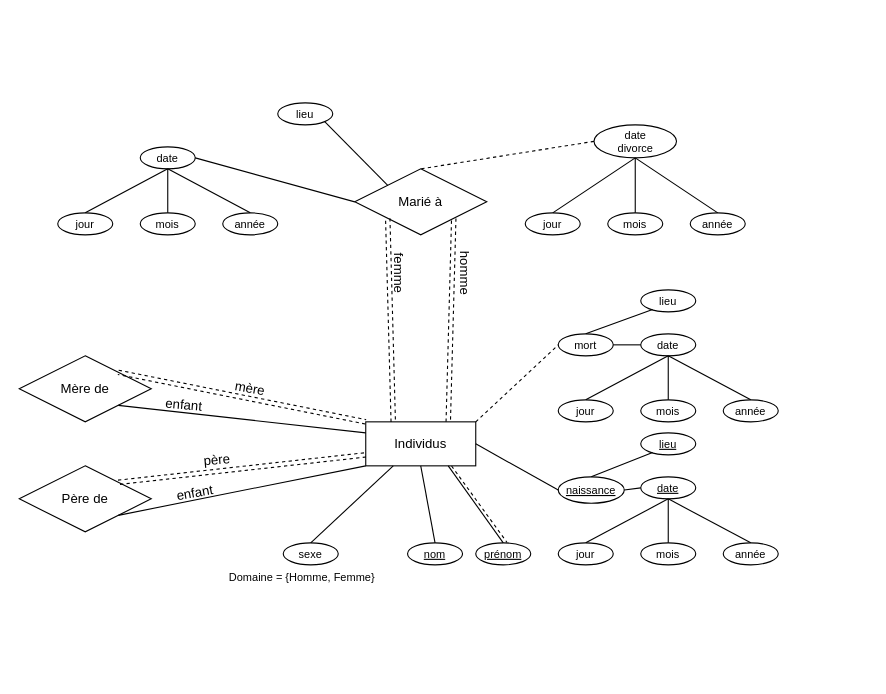
jeanclaude-desrosiers/ift2935-devoir1 keeps this draw.io diagram as page "Exercice-1" (1 of 2) of Diagramme.drawio. Above is the earlier version. Source tidied: cells renumbered, new cells numbered last; positions are measured from the earlier drawing's top-left corner, leaving out a move shared by most shapes. Both pictures are drawn from the tidied source at 110%, with x=0, y=0 at pixel (19, 102).
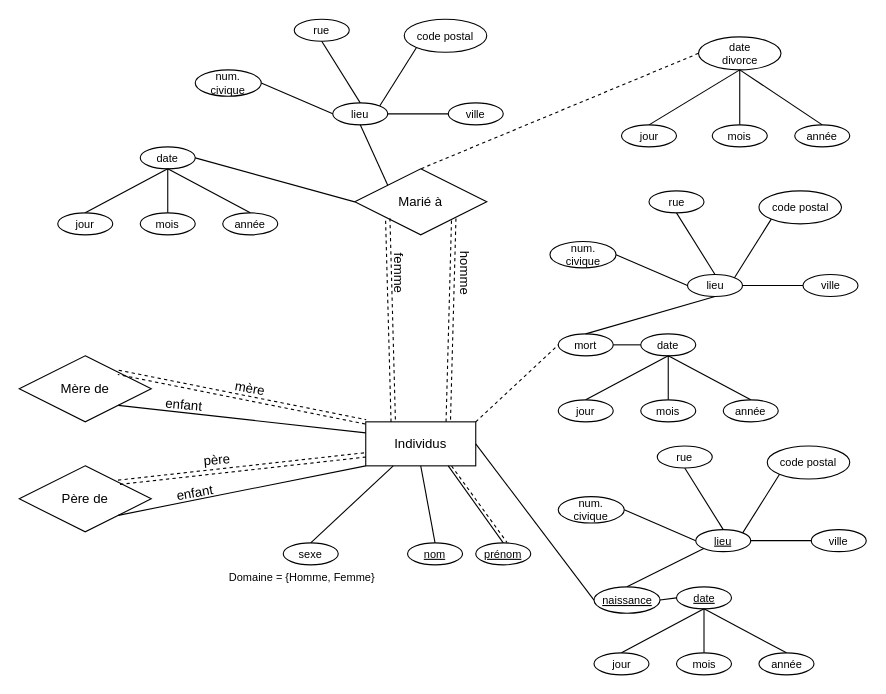
The same diagram, later.

Unchanged cells that the change refers to:
```xml
<mxCell id="13" value="Marié à" style="shape=rhombus;perimeter=rhombusPerimeter;whiteSpace=wrap;html=1;align=center;" parent="1" vertex="1">
  <mxGeometry x="305" y="60" width="120" height="60" as="geometry" />
</mxCell>
<mxCell id="31" value="&lt;div&gt;mort&lt;/div&gt;" style="ellipse;whiteSpace=wrap;html=1;align=center;fontSize=10;" parent="1" vertex="1">
  <mxGeometry x="490" y="210" width="50" height="20" as="geometry" />
</mxCell>
```

Change to the diagram source:
```diff
@@
-    <mxCell id="22" value="lieu" style="ellipse;whiteSpace=wrap;html=1;align=center;fontSize=10;" parent="1" vertex="1">
-      <mxGeometry x="235" width="50" height="20" as="geometry" />
-    </mxCell>
     <mxCell id="23" value="&lt;div&gt;date&lt;/div&gt;&lt;div&gt;divorce&lt;br&gt;&lt;/div&gt;" style="ellipse;whiteSpace=wrap;html=1;align=center;fontSize=10;" parent="1" vertex="1">
-      <mxGeometry x="522.5" y="20" width="75" height="30" as="geometry" />
+      <mxGeometry x="617.5" y="-60" width="75" height="30" as="geometry" />
     </mxCell>
@@
-    <mxCell id="25" style="endArrow=none;html=1;rounded=0;fontSize=10;entryX=0;entryY=0;entryDx=0;entryDy=0;exitX=1;exitY=1;exitDx=0;exitDy=0;" parent="1" edge="1" source="22" target="13">
-      <mxGeometry relative="1" as="geometry" />
-    </mxCell>
@@
-    <mxCell id="36" value="lieu" style="ellipse;whiteSpace=wrap;html=1;align=center;fontSize=10;" parent="1" vertex="1">
-      <mxGeometry x="565" y="170" width="50" height="20" as="geometry" />
-    </mxCell>
@@
-    <mxCell id="38" style="endArrow=none;html=1;rounded=0;fontSize=10;entryX=0.5;entryY=0;entryDx=0;entryDy=0;exitX=0.215;exitY=0.89;exitDx=0;exitDy=0;exitPerimeter=0;" parent="1" edge="1" source="36" target="31">
+    <mxCell id="38" style="endArrow=none;html=1;rounded=0;fontSize=10;entryX=0.5;entryY=0;entryDx=0;entryDy=0;exitX=0.5;exitY=1;exitDx=0;exitDy=0;" parent="1" edge="1" source="87" target="31">
       <mxGeometry relative="1" as="geometry" />
     </mxCell>
@@
     <mxCell id="42" value="naissance" style="ellipse;whiteSpace=wrap;html=1;align=center;fontSize=10;fontStyle=4;" parent="1" vertex="1">
-      <mxGeometry x="490" y="340" width="60" height="24" as="geometry" />
+      <mxGeometry x="522.5" y="440" width="60" height="24" as="geometry" />
     </mxCell>
     <mxCell id="43" value="date" style="ellipse;whiteSpace=wrap;html=1;align=center;fontSize=10;fontStyle=4;" parent="1" vertex="1">
-      <mxGeometry x="565" y="340" width="50" height="20" as="geometry" />
+      <mxGeometry x="597.5" y="440" width="50" height="20" as="geometry" />
     </mxCell>
     <mxCell id="44" value="&lt;div&gt;jour&lt;/div&gt;" style="ellipse;whiteSpace=wrap;html=1;align=center;fontSize=10;" parent="1" vertex="1">
-      <mxGeometry x="490" y="400" width="50" height="20" as="geometry" />
+      <mxGeometry x="522.5" y="500" width="50" height="20" as="geometry" />
     </mxCell>
     <mxCell id="45" value="mois" style="ellipse;whiteSpace=wrap;html=1;align=center;fontSize=10;" parent="1" vertex="1">
-      <mxGeometry x="565" y="400" width="50" height="20" as="geometry" />
+      <mxGeometry x="597.5" y="500" width="50" height="20" as="geometry" />
     </mxCell>
     <mxCell id="46" value="année" style="ellipse;whiteSpace=wrap;html=1;align=center;fontSize=10;" parent="1" vertex="1">
-      <mxGeometry x="640" y="400" width="50" height="20" as="geometry" />
+      <mxGeometry x="672.5" y="500" width="50" height="20" as="geometry" />
     </mxCell>
-    <mxCell id="47" value="lieu" style="ellipse;whiteSpace=wrap;html=1;align=center;fontSize=10;fontStyle=4;" parent="1" vertex="1">
-      <mxGeometry x="565" y="300" width="50" height="20" as="geometry" />
-    </mxCell>
@@
-    <mxCell id="49" style="endArrow=none;html=1;rounded=0;fontSize=10;entryX=0.5;entryY=0;entryDx=0;entryDy=0;exitX=0.215;exitY=0.89;exitDx=0;exitDy=0;exitPerimeter=0;" parent="1" edge="1" source="47" target="42">
-      <mxGeometry relative="1" as="geometry" />
-    </mxCell>
@@
     <mxCell id="61" value="&lt;div&gt;jour&lt;/div&gt;" style="ellipse;whiteSpace=wrap;html=1;align=center;fontSize=10;" parent="1" vertex="1">
-      <mxGeometry x="460" y="100" width="50" height="20" as="geometry" />
+      <mxGeometry x="547.5" y="20" width="50" height="20" as="geometry" />
     </mxCell>
     <mxCell id="62" value="mois" style="ellipse;whiteSpace=wrap;html=1;align=center;fontSize=10;" parent="1" vertex="1">
-      <mxGeometry x="535" y="100" width="50" height="20" as="geometry" />
+      <mxGeometry x="630" y="20" width="50" height="20" as="geometry" />
     </mxCell>
     <mxCell id="63" value="année" style="ellipse;whiteSpace=wrap;html=1;align=center;fontSize=10;" parent="1" vertex="1">
-      <mxGeometry x="610" y="100" width="50" height="20" as="geometry" />
+      <mxGeometry x="705" y="20" width="50" height="20" as="geometry" />
     </mxCell>
@@
+    <mxCell id="68" value="lieu" style="ellipse;whiteSpace=wrap;html=1;align=center;fontSize=10;" parent="1" vertex="1">
+      <mxGeometry x="285" width="50" height="20" as="geometry" />
+    </mxCell>
+    <mxCell id="69" value="&lt;div&gt;num.&lt;/div&gt;&lt;div&gt;civique&lt;/div&gt;" style="ellipse;whiteSpace=wrap;html=1;align=center;fontSize=10;" parent="1" vertex="1">
+      <mxGeometry x="160" y="-30" width="60" height="24" as="geometry" />
+    </mxCell>
+    <mxCell id="70" value="rue" style="ellipse;whiteSpace=wrap;html=1;align=center;fontSize=10;" parent="1" vertex="1">
+      <mxGeometry x="250" y="-76" width="50" height="20" as="geometry" />
+    </mxCell>
+    <mxCell id="71" value="ville" style="ellipse;whiteSpace=wrap;html=1;align=center;fontSize=10;" parent="1" vertex="1">
+      <mxGeometry x="390" width="50" height="20" as="geometry" />
+    </mxCell>
+    <mxCell id="72" value="code postal" style="ellipse;whiteSpace=wrap;html=1;align=center;fontSize=10;" parent="1" vertex="1">
+      <mxGeometry x="350" y="-76" width="75" height="30" as="geometry" />
+    </mxCell>
+    <mxCell id="73" style="endArrow=none;html=1;rounded=0;fontSize=10;exitX=1;exitY=0.5;exitDx=0;exitDy=0;entryX=0;entryY=0.5;entryDx=0;entryDy=0;" parent="1" edge="1" source="69" target="68">
+      <mxGeometry relative="1" as="geometry" />
+    </mxCell>
+    <mxCell id="74" style="endArrow=none;html=1;rounded=0;fontSize=10;exitX=0.5;exitY=1;exitDx=0;exitDy=0;entryX=0.5;entryY=0;entryDx=0;entryDy=0;" parent="1" edge="1" source="70" target="68">
+      <mxGeometry relative="1" as="geometry" />
+    </mxCell>
+    <mxCell id="75" style="endArrow=none;html=1;rounded=0;fontSize=10;entryX=0;entryY=1;entryDx=0;entryDy=0;exitX=1;exitY=0;exitDx=0;exitDy=0;" parent="1" edge="1" source="68" target="72">
+      <mxGeometry relative="1" as="geometry" />
+    </mxCell>
+    <mxCell id="76" style="endArrow=none;html=1;rounded=0;fontSize=10;entryX=0;entryY=0.5;entryDx=0;entryDy=0;exitX=1;exitY=0.5;exitDx=0;exitDy=0;" parent="1" edge="1" source="68" target="71">
+      <mxGeometry relative="1" as="geometry" />
+    </mxCell>
+    <mxCell id="77" style="endArrow=none;html=1;rounded=0;exitX=0.5;exitY=1;exitDx=0;exitDy=0;entryX=0;entryY=0;entryDx=0;entryDy=0;" parent="1" edge="1" source="68" target="13">
+      <mxGeometry relative="1" as="geometry" />
+    </mxCell>
+    <mxCell id="78" value="&lt;u&gt;lieu&lt;/u&gt;" style="ellipse;whiteSpace=wrap;html=1;align=center;fontSize=10;" parent="1" vertex="1">
+      <mxGeometry x="615" y="388" width="50" height="20" as="geometry" />
+    </mxCell>
+    <mxCell id="79" value="&lt;div&gt;num.&lt;/div&gt;&lt;div&gt;civique&lt;/div&gt;" style="ellipse;whiteSpace=wrap;html=1;align=center;fontSize=10;" parent="1" vertex="1">
+      <mxGeometry x="490" y="358" width="60" height="24" as="geometry" />
+    </mxCell>
+    <mxCell id="80" value="rue" style="ellipse;whiteSpace=wrap;html=1;align=center;fontSize=10;" parent="1" vertex="1">
+      <mxGeometry x="580" y="312" width="50" height="20" as="geometry" />
+    </mxCell>
+    <mxCell id="81" value="ville" style="ellipse;whiteSpace=wrap;html=1;align=center;fontSize=10;" parent="1" vertex="1">
+      <mxGeometry x="720" y="388" width="50" height="20" as="geometry" />
+    </mxCell>
+    <mxCell id="82" value="code postal" style="ellipse;whiteSpace=wrap;html=1;align=center;fontSize=10;" parent="1" vertex="1">
+      <mxGeometry x="680" y="312" width="75" height="30" as="geometry" />
+    </mxCell>
+    <mxCell id="83" style="endArrow=none;html=1;rounded=0;fontSize=10;exitX=1;exitY=0.5;exitDx=0;exitDy=0;entryX=0;entryY=0.5;entryDx=0;entryDy=0;" parent="1" edge="1" source="79" target="78">
+      <mxGeometry relative="1" as="geometry" />
+    </mxCell>
+    <mxCell id="84" style="endArrow=none;html=1;rounded=0;fontSize=10;exitX=0.5;exitY=1;exitDx=0;exitDy=0;entryX=0.5;entryY=0;entryDx=0;entryDy=0;" parent="1" edge="1" source="80" target="78">
+      <mxGeometry relative="1" as="geometry" />
+    </mxCell>
+    <mxCell id="85" style="endArrow=none;html=1;rounded=0;fontSize=10;entryX=0;entryY=1;entryDx=0;entryDy=0;exitX=1;exitY=0;exitDx=0;exitDy=0;" parent="1" edge="1" source="78" target="82">
+      <mxGeometry relative="1" as="geometry" />
+    </mxCell>
+    <mxCell id="86" style="endArrow=none;html=1;rounded=0;fontSize=10;entryX=0;entryY=0.5;entryDx=0;entryDy=0;exitX=1;exitY=0.5;exitDx=0;exitDy=0;" parent="1" edge="1" source="78" target="81">
+      <mxGeometry relative="1" as="geometry" />
+    </mxCell>
+    <mxCell id="87" value="lieu" style="ellipse;whiteSpace=wrap;html=1;align=center;fontSize=10;fontStyle=0;" parent="1" vertex="1">
+      <mxGeometry x="607.5" y="156" width="50" height="20" as="geometry" />
+    </mxCell>
+    <mxCell id="88" value="&lt;div&gt;num.&lt;/div&gt;&lt;div&gt;civique&lt;/div&gt;" style="ellipse;whiteSpace=wrap;html=1;align=center;fontSize=10;" parent="1" vertex="1">
+      <mxGeometry x="482.5" y="126" width="60" height="24" as="geometry" />
+    </mxCell>
+    <mxCell id="89" value="rue" style="ellipse;whiteSpace=wrap;html=1;align=center;fontSize=10;" parent="1" vertex="1">
+      <mxGeometry x="572.5" y="80" width="50" height="20" as="geometry" />
+    </mxCell>
+    <mxCell id="90" value="ville" style="ellipse;whiteSpace=wrap;html=1;align=center;fontSize=10;" parent="1" vertex="1">
+      <mxGeometry x="712.5" y="156" width="50" height="20" as="geometry" />
+    </mxCell>
+    <mxCell id="91" value="code postal" style="ellipse;whiteSpace=wrap;html=1;align=center;fontSize=10;" parent="1" vertex="1">
+      <mxGeometry x="672.5" y="80" width="75" height="30" as="geometry" />
+    </mxCell>
+    <mxCell id="92" style="endArrow=none;html=1;rounded=0;fontSize=10;exitX=1;exitY=0.5;exitDx=0;exitDy=0;entryX=0;entryY=0.5;entryDx=0;entryDy=0;" parent="1" edge="1" source="88" target="87">
+      <mxGeometry relative="1" as="geometry" />
+    </mxCell>
+    <mxCell id="93" style="endArrow=none;html=1;rounded=0;fontSize=10;exitX=0.5;exitY=1;exitDx=0;exitDy=0;entryX=0.5;entryY=0;entryDx=0;entryDy=0;" parent="1" edge="1" source="89" target="87">
+      <mxGeometry relative="1" as="geometry" />
+    </mxCell>
+    <mxCell id="94" style="endArrow=none;html=1;rounded=0;fontSize=10;entryX=0;entryY=1;entryDx=0;entryDy=0;exitX=1;exitY=0;exitDx=0;exitDy=0;" parent="1" edge="1" source="87" target="91">
+      <mxGeometry relative="1" as="geometry" />
+    </mxCell>
+    <mxCell id="95" style="endArrow=none;html=1;rounded=0;fontSize=10;entryX=0;entryY=0.5;entryDx=0;entryDy=0;exitX=1;exitY=0.5;exitDx=0;exitDy=0;" parent="1" edge="1" source="87" target="90">
+      <mxGeometry relative="1" as="geometry" />
+    </mxCell>
+    <mxCell id="96" style="endArrow=none;html=1;rounded=0;fontSize=10;exitX=0;exitY=1;exitDx=0;exitDy=0;entryX=0.5;entryY=0;entryDx=0;entryDy=0;" parent="1" edge="1" source="78" target="42">
+      <mxGeometry relative="1" as="geometry" />
+    </mxCell>
```
